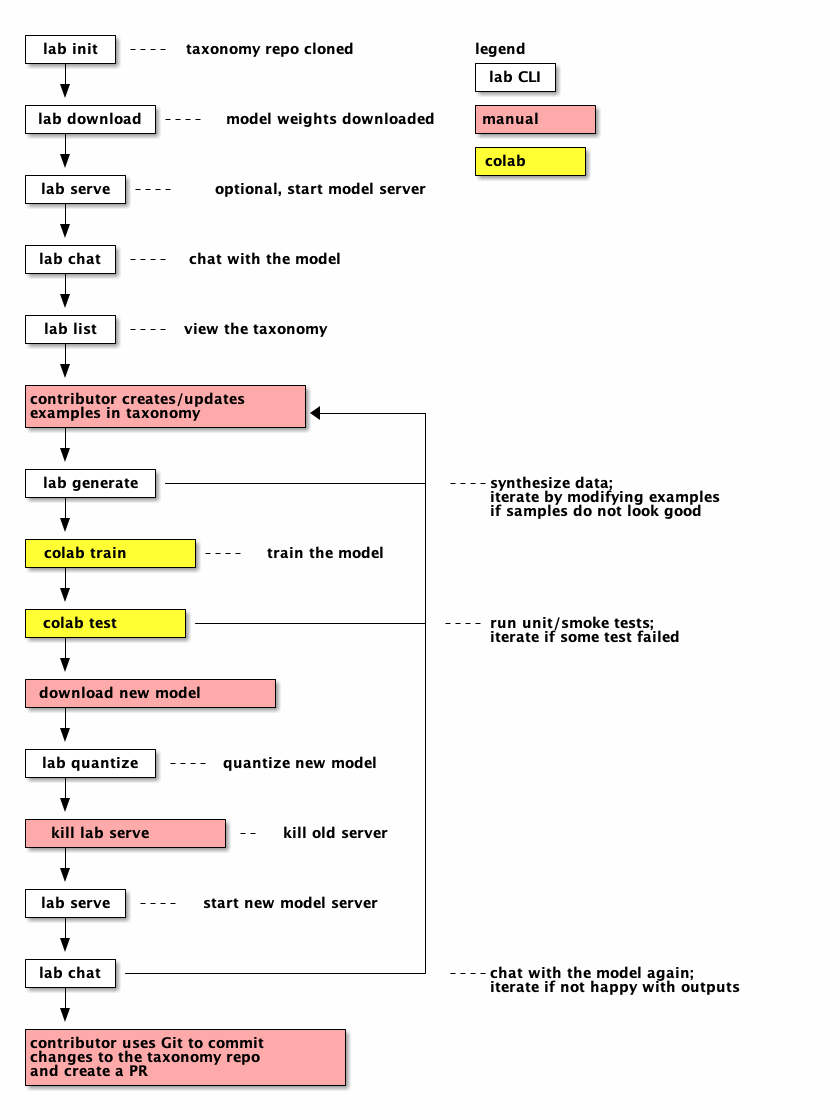
Before: docs/workflow.png, a diagram exported from PlantUML (instructlab/instructlab). Its source is kept beside it as docs/workflow.puml.
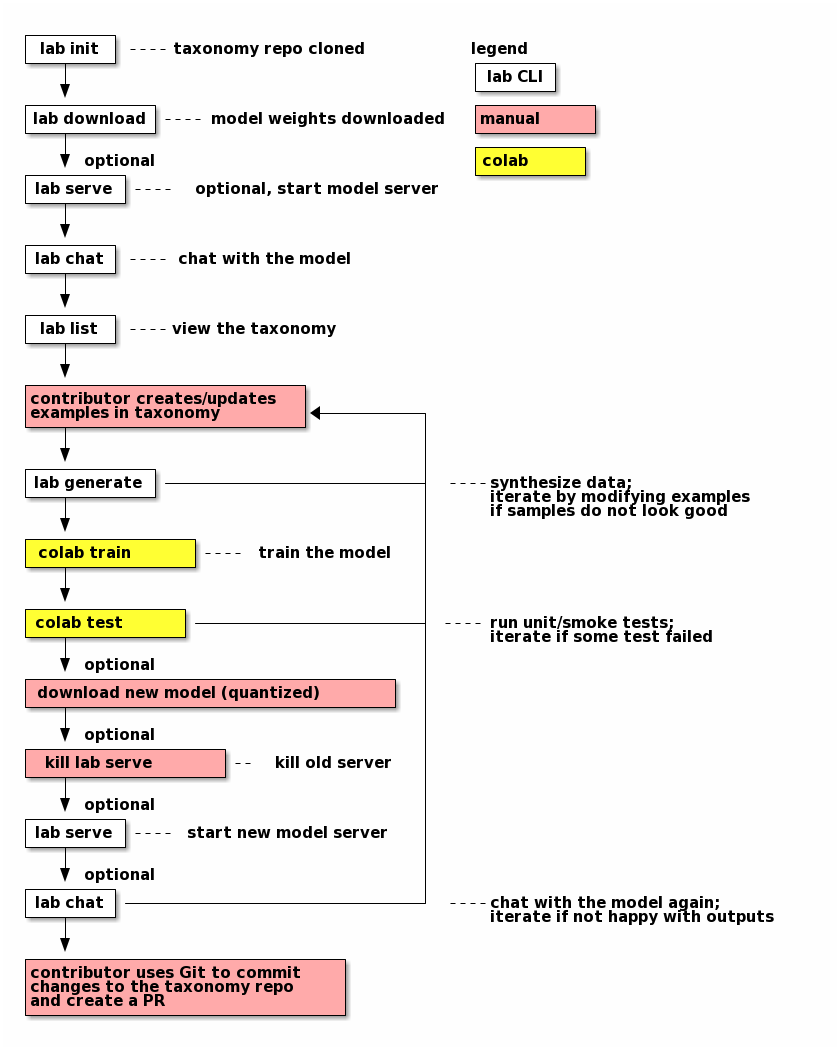
The same file after the commit.

Commit message:
docs: finalize colab

The edit, as a diff of the source:
```diff
@@ -8,7 +8,7 @@
 |lab download|-=---model weights downloaded  |manual cPNK|
 +---+--------+                               +-----------+
     |                                        +----------+
-    v                                        |colab cYEL|
+    v optional                               |colab cYEL|
 +---+-----+                                  +----------+
 |lab serve|-=---optional, start model server
 +---+-----+
@@ -44,27 +44,22 @@
 |colab test cYEL|-----------------------+ -=---run unit/smoke tests;
 +---+-----------+                       |      iterate if some test failed
     |                                   |
-    v                                   |
-+---+--------------------+              |
-|download new model cPNK |              |
-+---+--------------------+              |
+    v optional                          |
++---+--------------------------------+  |
+|download new model (quantized) cPNK |  |
++---+--------------------------------+  |
     |                                   |
-    v                                   |
-+---+--------+                          |
-|lab quantize|-=---quantize new model   |
-+---+--------+                          |
-    |                                   |
-    v                                   |
+    v optional                          |
 +---+---------------+                   |
 |kill lab serve cPNK|-=-kill old server |
 +---+---------------+                   |
     |                                   |
-    v                                   |
+    v optional                          |
 +---+-----+                             |
 |lab serve|-=---start new model server  |
 +---+-----+                             |
     |                                   |
-    v                                   |
+    v optional                          |
 +---+----+                              |
 |lab chat|------------------------------+ -=---chat with the model again;
 +---+----+                                     iterate if not happy with outputs
```
